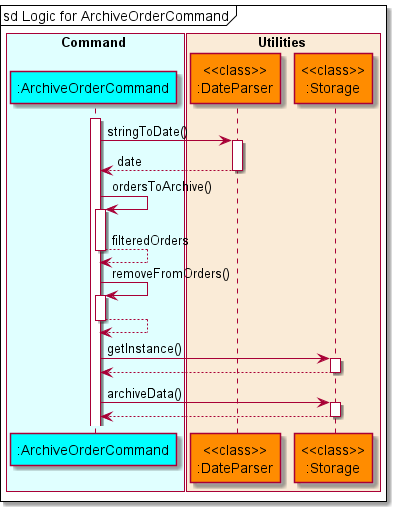
Earlier version of the PlantUML export docs/diagrams/diagram_images/ArchiveOrderSequenceDiagram.png (nus-cs2113-AY2122S1/tp).
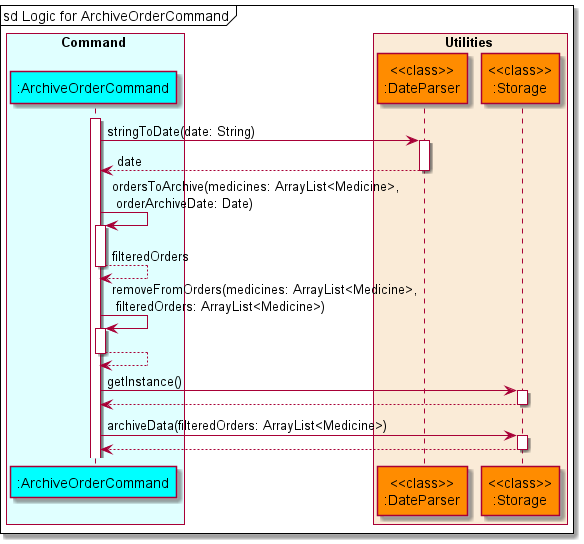
The same file after the commit.

The edit, as a diff of the source:
```diff
@@ -14,14 +14,14 @@
 autoactivate on
 mainFrame sd Logic for ArchiveOrderCommand
 activate archiveOrder
-archiveOrder -> dateParser : stringToDate()
+archiveOrder -> dateParser : stringToDate(date: String)
 archiveOrder <-- dateParser : date
-archiveOrder -> archiveOrder : ordersToArchive()
+archiveOrder -> archiveOrder : ordersToArchive(medicines: ArrayList<Medicine>,\n orderArchiveDate: Date)
 archiveOrder --> archiveOrder : filteredOrders
-archiveOrder -> archiveOrder : removeFromOrders()
+archiveOrder -> archiveOrder : removeFromOrders(medicines: ArrayList<Medicine>,\n filteredOrders: ArrayList<Medicine>)
 archiveOrder --> archiveOrder
 archiveOrder -> storage : getInstance()
 archiveOrder <-- storage
-archiveOrder -> storage : archiveData()
+archiveOrder -> storage : archiveData(filteredOrders: ArrayList<Medicine>)
 archiveOrder <-- storage
 @enduml
```
